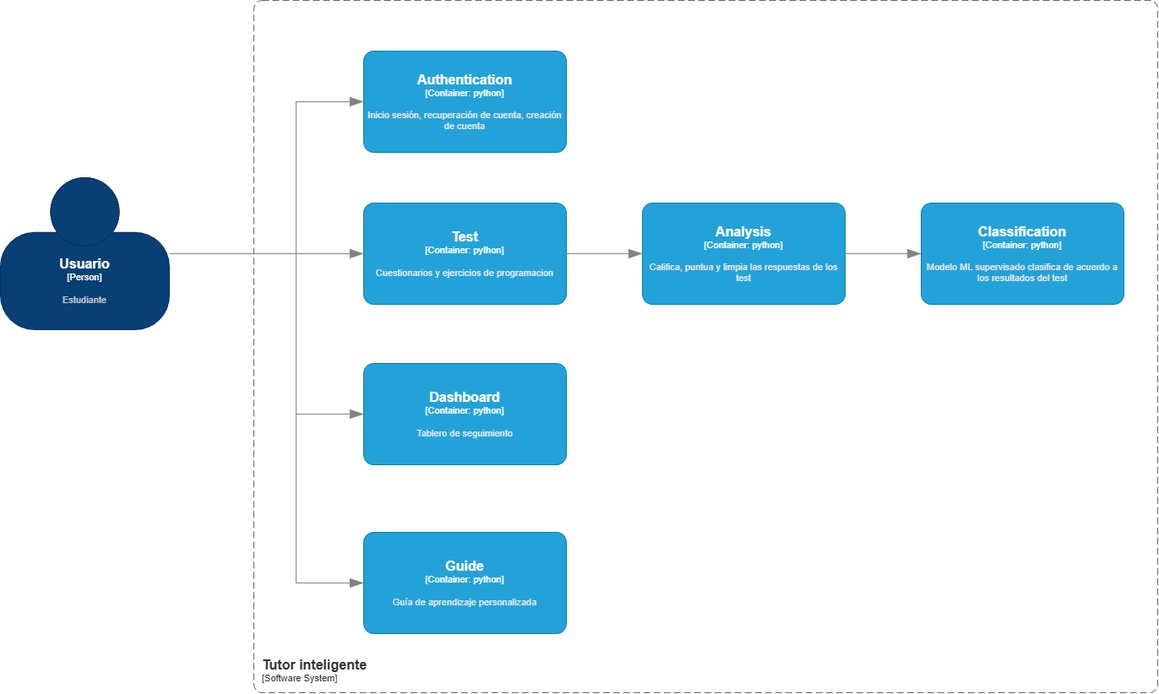
Before: resources/img/containers-tutor.drawio.png, a diagram exported from draw.io (devgalop/esp-proj-tutor). Source tidied: cells renumbered, new cells last; positions are measured from the earlier drawing's top-left corner, leaving out a move shared by most shapes.
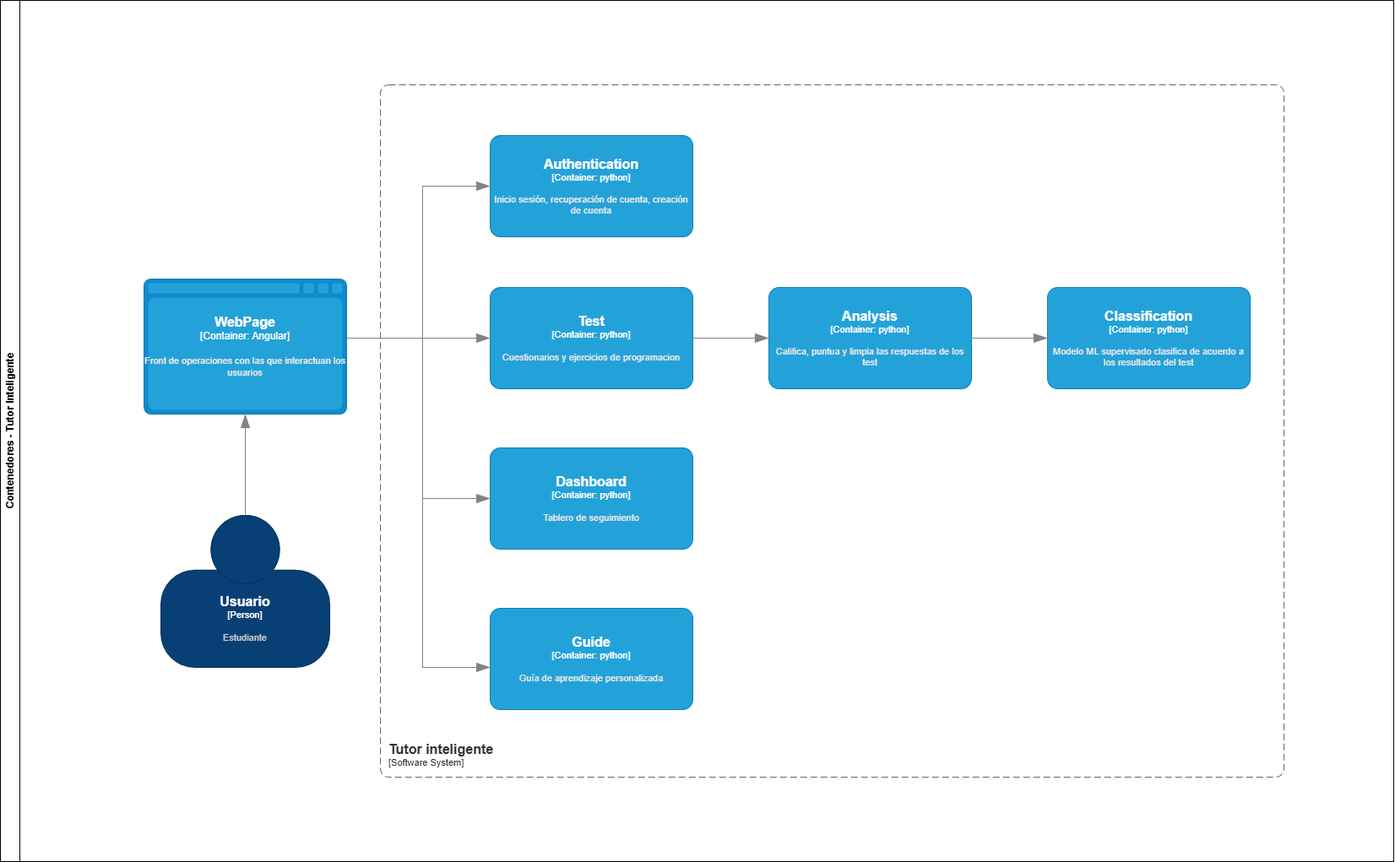
After the change.

Commit message:
docs: Mejora diagramas de contexto y contenedores

Se realiza una mejora en el diagrama de contexto para separar las responsabilidades entre el analizador y el clasificador. En el diagrama de contenedores se agrega la entrada mediante un front

Diff of the diagram source:
```diff
@@ -4,7 +4,7 @@
     <mxCell id="1" parent="0" />
     <object id="2" label="&lt;font style=&quot;font-size: 16px&quot;&gt;&lt;b&gt;%c4Name%&lt;/b&gt;&lt;/font&gt;&lt;div&gt;[%c4Type%]&lt;/div&gt;&lt;br&gt;&lt;div&gt;&lt;font style=&quot;font-size: 11px&quot;&gt;&lt;font color=&quot;#cccccc&quot;&gt;%c4Description%&lt;/font&gt;&lt;/div&gt;" c4Description="Estudiante" c4Name="Usuario" c4Type="Person" placeholders="1">
       <mxCell style="html=1;fontSize=11;dashed=0;whiteSpace=wrap;fillColor=#083F75;strokeColor=#06315C;fontColor=#ffffff;shape=mxgraph.c4.person2;align=center;points=[[0.5,0,0],[1,0.5,0],[1,0.75,0],[0.75,1,0],[0.5,1,0],[0.25,1,0],[0,0.75,0],[0,0.5,0]];" parent="1" vertex="1">
-        <mxGeometry y="210" width="200" height="180" as="geometry" />
+        <mxGeometry x="40" y="510" width="200" height="180" as="geometry" />
       </mxCell>
     </object>
     <object id="3" label="&lt;font style=&quot;font-size: 16px&quot;&gt;&lt;b&gt;%c4Name%&lt;/b&gt;&lt;/font&gt;&lt;div&gt;[%c4Type%: %c4Technology%]&lt;/div&gt;&lt;br&gt;&lt;div&gt;&lt;font style=&quot;font-size: 11px&quot;&gt;&lt;font color=&quot;#E6E6E6&quot;&gt;%c4Description%&lt;/font&gt;&lt;/div&gt;" c4Description="Inicio sesión, recuperación de cuenta, creación de cuenta" c4Name="Authentication" c4Technology="python" c4Type="Container" placeholders="1">
@@ -34,7 +34,7 @@
     </object>
     <object id="8" label="&lt;font style=&quot;font-size: 16px&quot;&gt;&lt;b&gt;%c4Name%&lt;/b&gt;&lt;/font&gt;&lt;div&gt;[%c4Type%: %c4Technology%]&lt;/div&gt;&lt;br&gt;&lt;div&gt;&lt;font style=&quot;font-size: 11px&quot;&gt;&lt;font color=&quot;#E6E6E6&quot;&gt;%c4Description%&lt;/font&gt;&lt;/div&gt;" c4Description="Guía de aprendizaje personalizada" c4Name="Guide" c4Technology="python" c4Type="Container" placeholders="1">
       <mxCell style="rounded=1;whiteSpace=wrap;html=1;fontSize=11;labelBackgroundColor=none;fillColor=#23A2D9;fontColor=#ffffff;align=center;arcSize=10;strokeColor=#0E7DAD;points=[[0.25,0,0],[0.5,0,0],[0.75,0,0],[1,0.25,0],[1,0.5,0],[1,0.75,0],[0.75,1,0],[0.5,1,0],[0.25,1,0],[0,0.75,0],[0,0.5,0],[0,0.25,0]];" parent="1" vertex="1">
-        <mxGeometry x="430" y="630" width="240" height="120" as="geometry" />
+        <mxGeometry x="430" y="620" width="240" height="120" as="geometry" />
       </mxCell>
     </object>
     <object id="9" label="&lt;font style=&quot;font-size: 16px&quot;&gt;&lt;b&gt;&lt;div style=&quot;text-align: left&quot;&gt;%c4Name%&lt;/div&gt;&lt;/b&gt;&lt;/font&gt;&lt;div style=&quot;text-align: left&quot;&gt;[%c4Application%]&lt;/div&gt;" c4Application="Software System" c4Name="Tutor inteligente" c4Type="SystemScopeBoundary" placeholders="1">
@@ -43,7 +43,7 @@
       </mxCell>
     </object>
     <object id="10" label="" c4Type="Relationship" placeholders="1">
-      <mxCell style="endArrow=blockThin;html=1;fontSize=10;fontColor=#404040;strokeWidth=1;endFill=1;strokeColor=#828282;elbow=vertical;endSize=14;startSize=14;jumpStyle=arc;jumpSize=16;rounded=0;edgeStyle=orthogonalEdgeStyle;" parent="1" edge="1" source="2" target="3">
+      <mxCell style="endArrow=blockThin;html=1;fontSize=10;fontColor=#404040;strokeWidth=1;endFill=1;strokeColor=#828282;elbow=vertical;endSize=14;startSize=14;jumpStyle=arc;jumpSize=16;rounded=0;edgeStyle=orthogonalEdgeStyle;" parent="1" edge="1" source="16" target="3">
         <mxGeometry relative="1" as="geometry">
           <Array as="points">
             <mxPoint x="350" y="300" />
@@ -53,12 +53,17 @@
       </mxCell>
     </object>
     <object id="11" label="" c4Type="Relationship" placeholders="1">
-      <mxCell style="endArrow=blockThin;html=1;fontSize=10;fontColor=#404040;strokeWidth=1;endFill=1;strokeColor=#828282;elbow=vertical;endSize=14;startSize=14;jumpStyle=arc;jumpSize=16;rounded=0;edgeStyle=orthogonalEdgeStyle;" parent="1" edge="1" source="2" target="4">
-        <mxGeometry relative="1" as="geometry" />
+      <mxCell style="endArrow=blockThin;html=1;fontSize=10;fontColor=#404040;strokeWidth=1;endFill=1;strokeColor=#828282;elbow=vertical;endSize=14;startSize=14;jumpStyle=arc;jumpSize=16;rounded=0;edgeStyle=orthogonalEdgeStyle;" parent="1" edge="1" source="16" target="4">
+        <mxGeometry relative="1" as="geometry">
+          <Array as="points">
+            <mxPoint x="310" y="300" />
+            <mxPoint x="310" y="300" />
+          </Array>
+        </mxGeometry>
       </mxCell>
     </object>
     <object id="12" label="" c4Type="Relationship" placeholders="1">
-      <mxCell style="endArrow=blockThin;html=1;fontSize=10;fontColor=#404040;strokeWidth=1;endFill=1;strokeColor=#828282;elbow=vertical;endSize=14;startSize=14;jumpStyle=arc;jumpSize=16;rounded=0;edgeStyle=orthogonalEdgeStyle;" parent="1" edge="1" source="2" target="7">
+      <mxCell style="endArrow=blockThin;html=1;fontSize=10;fontColor=#404040;strokeWidth=1;endFill=1;strokeColor=#828282;elbow=vertical;endSize=14;startSize=14;jumpStyle=arc;jumpSize=16;rounded=0;edgeStyle=orthogonalEdgeStyle;" parent="1" edge="1" source="16" target="7">
         <mxGeometry relative="1" as="geometry">
           <Array as="points">
             <mxPoint x="350" y="300" />
@@ -68,7 +73,7 @@
       </mxCell>
     </object>
     <object id="13" label="" c4Type="Relationship" placeholders="1">
-      <mxCell style="endArrow=blockThin;html=1;fontSize=10;fontColor=#404040;strokeWidth=1;endFill=1;strokeColor=#828282;elbow=vertical;endSize=14;startSize=14;jumpStyle=arc;jumpSize=16;rounded=0;edgeStyle=orthogonalEdgeStyle;" parent="1" edge="1" source="2" target="8">
+      <mxCell style="endArrow=blockThin;html=1;fontSize=10;fontColor=#404040;strokeWidth=1;endFill=1;strokeColor=#828282;elbow=vertical;endSize=14;startSize=14;jumpStyle=arc;jumpSize=16;rounded=0;edgeStyle=orthogonalEdgeStyle;" parent="1" edge="1" source="16" target="8">
         <mxGeometry relative="1" as="geometry">
           <Array as="points">
             <mxPoint x="350" y="300" />
@@ -87,5 +92,18 @@
         <mxGeometry relative="1" as="geometry" />
       </mxCell>
     </object>
+    <object id="16" label="&lt;font style=&quot;font-size: 16px&quot;&gt;&lt;b&gt;%c4Name%&lt;/b&gt;&lt;/font&gt;&lt;div&gt;[%c4Type%:&amp;nbsp;%c4Technology%]&lt;/div&gt;&lt;br&gt;&lt;div&gt;&lt;font style=&quot;font-size: 11px&quot;&gt;&lt;font color=&quot;#E6E6E6&quot;&gt;%c4Description%&lt;/font&gt;&lt;/div&gt;" c4Description="Front de operaciones con las que interactuan los usuarios" c4Name="WebPage" c4Technology="Angular" c4Type="Container" placeholders="1">
+      <mxCell style="shape=mxgraph.c4.webBrowserContainer2;whiteSpace=wrap;html=1;boundedLbl=1;rounded=0;labelBackgroundColor=none;strokeColor=#118ACD;fillColor=#23A2D9;strokeColor=#118ACD;strokeColor2=#0E7DAD;fontSize=12;fontColor=#ffffff;align=center;points=[[0.5,0,0],[1,0.25,0],[1,0.5,0],[1,0.75,0],[0.5,1,0],[0,0.75,0],[0,0.5,0],[0,0.25,0]];" parent="1" vertex="1">
+        <mxGeometry x="20" y="230" width="240" height="160" as="geometry" />
+      </mxCell>
+    </object>
+    <object id="17" label="" c4Type="Relationship" placeholders="1">
+      <mxCell style="endArrow=blockThin;html=1;fontSize=10;fontColor=#404040;strokeWidth=1;endFill=1;strokeColor=#828282;elbow=vertical;endSize=14;startSize=14;jumpStyle=arc;jumpSize=16;rounded=0;edgeStyle=orthogonalEdgeStyle;" parent="1" edge="1" source="2" target="16">
+        <mxGeometry relative="1" as="geometry" />
+      </mxCell>
+    </object>
+    <mxCell id="18" value="Contenedores - Tutor Inteligente" style="swimlane;horizontal=0;whiteSpace=wrap;html=1;" parent="1" vertex="1">
+      <mxGeometry x="-150" y="-100" width="1650" height="1020" as="geometry" />
+    </mxCell>
   </root>
 </mxGraphModel>
```
